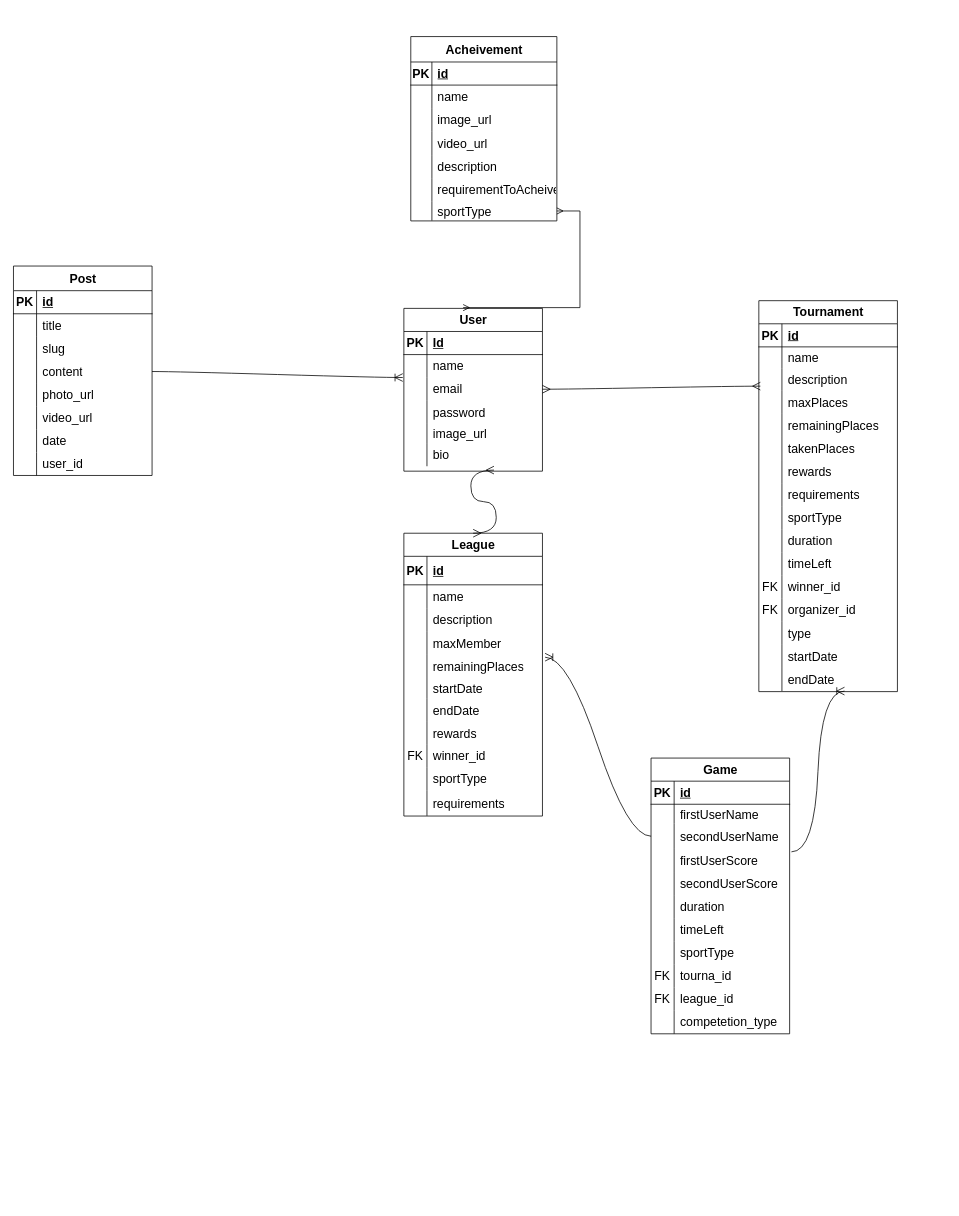
Before: Untitled Diagram.drawio in KareemAlAhmed/Virtual-Sports-Community-and-Tournaments, a draw.io diagram. Source tidied: cells renumbered, new cells numbered last; positions are measured from the earlier drawing's top-left corner, leaving out a move shared by most shapes. Both pictures are drawn from the tidied source at 77%, with x=0, y=0 at pixel (13, 36).
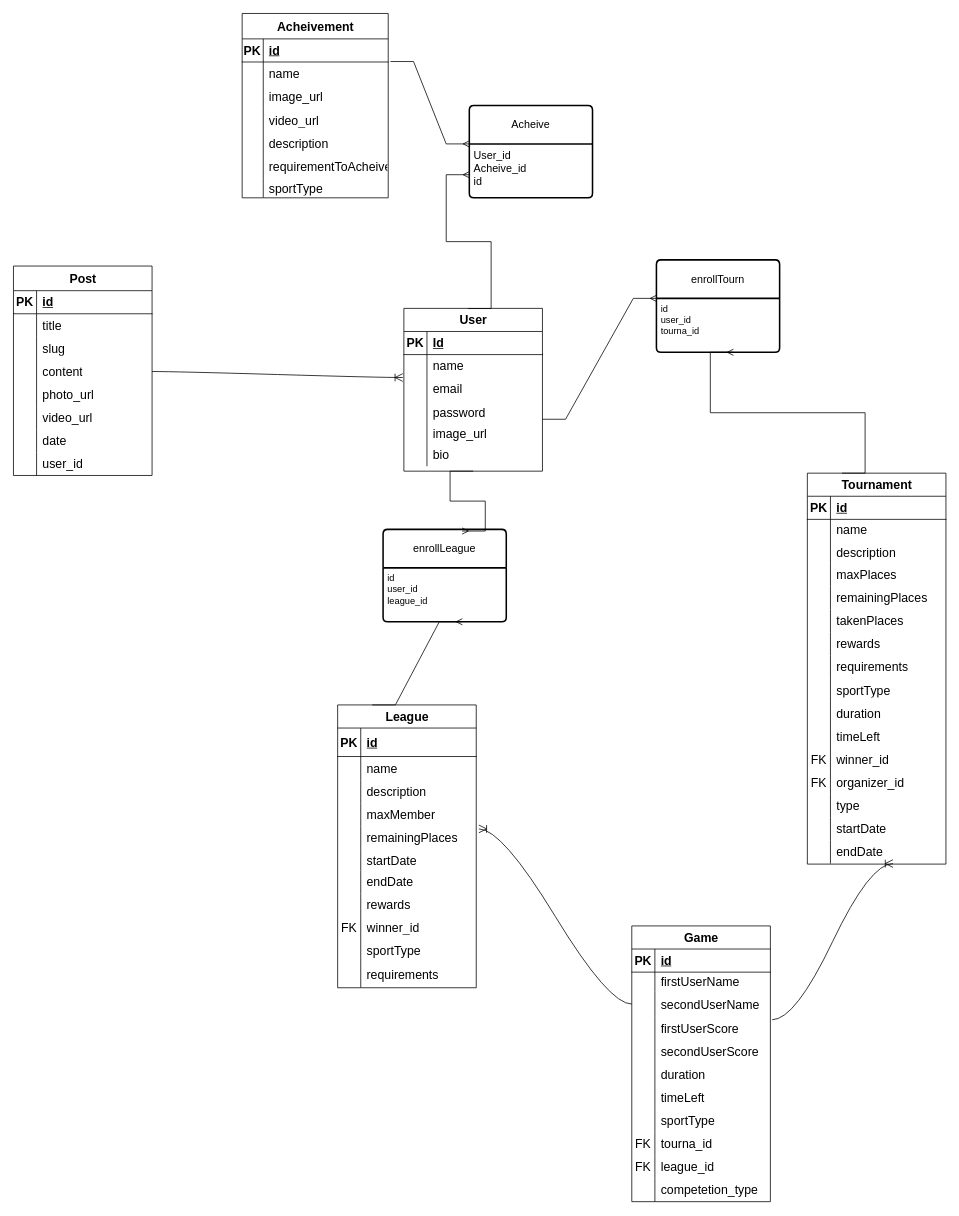
The same diagram, later.

The change refers to these unchanged cells:
```xml
<mxCell id="2" value="User" style="shape=table;startSize=30;childLayout=tableLayout;rowLines=0;fontStyle=1;align=center;html=1;fontSize=16;" parent="1" vertex="1">
  <mxGeometry x="507" y="353" width="180" height="211.4" as="geometry" />
</mxCell>
<mxCell id="9" style="shape=tableRow;horizontal=0;startSize=0;swimlaneHead=0;swimlaneBody=0;fillColor=none;points=[[0,0.5],[1,0.5]];portConstraint=eastwest;top=0;left=0;right=0;bottom=0;fontSize=16;" parent="2" vertex="1">
  <mxGeometry y="90" width="180" height="30" as="geometry" />
</mxCell>
<mxCell id="18" style="shape=tableRow;horizontal=0;startSize=0;swimlaneHead=0;swimlaneBody=0;fillColor=none;points=[[0,0.5],[1,0.5]];portConstraint=eastwest;top=0;left=0;right=0;bottom=0;fontSize=16;" parent="2" vertex="1">
  <mxGeometry y="175" width="180" height="30" as="geometry" />
</mxCell>
<mxCell id="65" style="shape=tableRow;horizontal=0;startSize=0;swimlaneHead=0;swimlaneBody=0;fillColor=none;points=[[0,0.5],[1,0.5]];portConstraint=eastwest;top=0;left=0;right=0;bottom=0;fontSize=16;" parent="55" vertex="1">
  <mxGeometry y="117" width="180" height="30" as="geometry" />
</mxCell>
<mxCell id="144" style="shape=tableRow;horizontal=0;startSize=0;swimlaneHead=0;swimlaneBody=0;fillColor=none;points=[[0,0.5],[1,0.5]];portConstraint=eastwest;top=0;left=0;right=0;bottom=0;fontSize=16;" parent="140" vertex="1">
  <mxGeometry y="63" width="189.7" height="30" as="geometry" />
</mxCell>
<mxCell id="159" style="shape=tableRow;horizontal=0;startSize=0;swimlaneHead=0;swimlaneBody=0;fillColor=none;points=[[0,0.5],[1,0.5]];portConstraint=eastwest;top=0;left=0;right=0;bottom=0;fontSize=16;" parent="140" vertex="1">
  <mxGeometry y="214" width="189.7" height="25" as="geometry" />
</mxCell>
```

What changed in the source:
```diff
@@
     <mxCell id="21" value="League" style="shape=table;startSize=30;childLayout=tableLayout;rowLines=0;fontStyle=1;align=center;html=1;fontSize=16;" parent="1" vertex="1">
-      <mxGeometry x="507" y="645" width="180" height="367.3" as="geometry" />
+      <mxGeometry x="421" y="868" width="180" height="367.3" as="geometry" />
     </mxCell>
@@
     <mxCell id="55" value="Tournament" style="shape=table;startSize=30;childLayout=tableLayout;rowLines=0;fontStyle=1;align=center;html=1;fontSize=16;" parent="1" vertex="1">
-      <mxGeometry x="968" y="343" width="180" height="507.7" as="geometry" />
+      <mxGeometry x="1031" y="567" width="180" height="507.7" as="geometry" />
     </mxCell>
@@
     <mxCell id="104" value="Game" style="shape=table;startSize=30;childLayout=tableLayout;rowLines=0;fontStyle=1;align=center;html=1;fontSize=16;" parent="1" vertex="1">
-      <mxGeometry x="828" y="937" width="180" height="358.1" as="geometry" />
+      <mxGeometry x="803" y="1155" width="180" height="358.1" as="geometry" />
     </mxCell>
@@
     <mxCell id="140" value="Acheivement" style="shape=table;startSize=33;childLayout=tableLayout;rowLines=0;fontStyle=1;align=center;html=1;fontSize=16;" parent="1" vertex="1">
-      <mxGeometry x="516" width="189.7" height="239.4" as="geometry" />
+      <mxGeometry x="297" y="-30" width="189.7" height="239.4" as="geometry" />
     </mxCell>
@@
-    <mxCell id="188" style="edgeStyle=entityRelationEdgeStyle;fontSize=12;html=1;endArrow=ERmany;startArrow=ERmany;rounded=0;startSize=8;endSize=8;curved=1;entryX=0.011;entryY=-0.2;entryDx=0;entryDy=0;entryPerimeter=0;exitX=1;exitY=0.5;exitDx=0;exitDy=0;" parent="1" edge="1" source="9" target="65">
-      <mxGeometry relative="1" as="geometry" />
-    </mxCell>
-    <mxCell id="189" style="edgeStyle=entityRelationEdgeStyle;fontSize=12;html=1;endArrow=ERmany;startArrow=ERmany;rounded=0;startSize=8;endSize=8;curved=1;exitX=0.5;exitY=0;exitDx=0;exitDy=0;entryX=0.65;entryY=1.167;entryDx=0;entryDy=0;entryPerimeter=0;" parent="1" edge="1" source="21" target="18">
-      <mxGeometry relative="1" as="geometry" />
-    </mxCell>
-    <mxCell id="190" style="edgeStyle=entityRelationEdgeStyle;fontSize=12;html=1;endArrow=ERmany;startArrow=ERmany;rounded=0;" parent="1" edge="1" target="159">
-      <mxGeometry relative="1" as="geometry">
-        <mxPoint x="584" y="352" as="sourcePoint" />
-        <Array as="points">
-          <mxPoint x="436" y="252" />
-        </Array>
-      </mxGeometry>
-    </mxCell>
+    <mxCell id="191" value="Acheive" style="swimlane;horizontal=1;startSize=50;rounded=1;fontSize=14;fontStyle=0;strokeWidth=2;shadow=0;dashed=0;align=center;arcSize=4;whiteSpace=wrap;html=1;" parent="1" vertex="1">
+      <mxGeometry x="592" y="89.4" width="160" height="120" as="geometry" />
+    </mxCell>
+    <mxCell id="192" value="&lt;font style=&quot;font-size: 14px;&quot;&gt;User_id&lt;br&gt;Acheive_id&lt;br&gt;id&lt;/font&gt;" style="align=left;strokeColor=none;fillColor=none;spacingLeft=4;fontSize=12;verticalAlign=top;html=1;" parent="191" vertex="1">
+      <mxGeometry y="50" width="160" height="70" as="geometry" />
+    </mxCell>
+    <mxCell id="193" style="edgeStyle=entityRelationEdgeStyle;fontSize=12;html=1;endArrow=ERmany;rounded=0;exitX=1.015;exitY=-0.02;exitDx=0;exitDy=0;exitPerimeter=0;entryX=0;entryY=0;entryDx=0;entryDy=0;" parent="1" edge="1" source="144" target="192">
+      <mxGeometry relative="1" as="geometry" />
+    </mxCell>
+    <mxCell id="194" style="edgeStyle=entityRelationEdgeStyle;fontSize=12;html=1;endArrow=ERmany;rounded=0;exitX=0.463;exitY=0.001;exitDx=0;exitDy=0;exitPerimeter=0;entryX=0;entryY=0.75;entryDx=0;entryDy=0;" parent="1" edge="1" source="2" target="191">
+      <mxGeometry relative="1" as="geometry" />
+    </mxCell>
+    <mxCell id="195" value="enrollTourn" style="swimlane;horizontal=1;startSize=50;rounded=1;fontSize=14;fontStyle=0;strokeWidth=2;shadow=0;dashed=0;align=center;arcSize=4;whiteSpace=wrap;html=1;" parent="1" vertex="1">
+      <mxGeometry x="835" y="290" width="160" height="120" as="geometry" />
+    </mxCell>
+    <mxCell id="196" value="id&lt;br&gt;user_id&lt;br&gt;tourna_id" style="align=left;strokeColor=none;fillColor=none;spacingLeft=4;fontSize=12;verticalAlign=top;html=1;" parent="195" vertex="1">
+      <mxGeometry y="50" width="160" height="70" as="geometry" />
+    </mxCell>
+    <mxCell id="197" style="edgeStyle=entityRelationEdgeStyle;fontSize=12;html=1;endArrow=ERmany;rounded=0;entryX=0;entryY=0;entryDx=0;entryDy=0;" parent="1" edge="1" target="196">
+      <mxGeometry relative="1" as="geometry">
+        <mxPoint x="687" y="497" as="sourcePoint" />
+        <Array as="points">
+          <mxPoint x="957" y="374" />
+        </Array>
+      </mxGeometry>
+    </mxCell>
+    <mxCell id="198" style="edgeStyle=entityRelationEdgeStyle;fontSize=12;html=1;endArrow=ERmany;rounded=0;exitX=0.25;exitY=0;exitDx=0;exitDy=0;" parent="1" edge="1" source="55">
+      <mxGeometry relative="1" as="geometry">
+        <mxPoint x="935" y="410" as="targetPoint" />
+      </mxGeometry>
+    </mxCell>
+    <mxCell id="199" value="enrollLeague" style="swimlane;horizontal=1;startSize=50;rounded=1;fontSize=14;fontStyle=0;strokeWidth=2;shadow=0;dashed=0;align=center;arcSize=4;whiteSpace=wrap;html=1;" parent="1" vertex="1">
+      <mxGeometry x="480" y="640" width="160" height="120" as="geometry" />
+    </mxCell>
+    <mxCell id="200" value="id&lt;br&gt;user_id&lt;br&gt;league_id" style="align=left;strokeColor=none;fillColor=none;spacingLeft=4;fontSize=12;verticalAlign=top;html=1;" parent="199" vertex="1">
+      <mxGeometry y="50" width="160" height="70" as="geometry" />
+    </mxCell>
+    <mxCell id="201" style="edgeStyle=entityRelationEdgeStyle;fontSize=12;html=1;endArrow=ERmany;rounded=0;exitX=0.5;exitY=1;exitDx=0;exitDy=0;entryX=0.642;entryY=0.018;entryDx=0;entryDy=0;entryPerimeter=0;" parent="1" edge="1" source="2" target="199">
+      <mxGeometry relative="1" as="geometry" />
+    </mxCell>
+    <mxCell id="202" style="edgeStyle=entityRelationEdgeStyle;fontSize=12;html=1;endArrow=ERmany;rounded=0;exitX=0.25;exitY=0;exitDx=0;exitDy=0;" parent="1" edge="1" source="21">
+      <mxGeometry relative="1" as="geometry">
+        <mxPoint x="583" y="760" as="targetPoint" />
+      </mxGeometry>
+    </mxCell>
```
